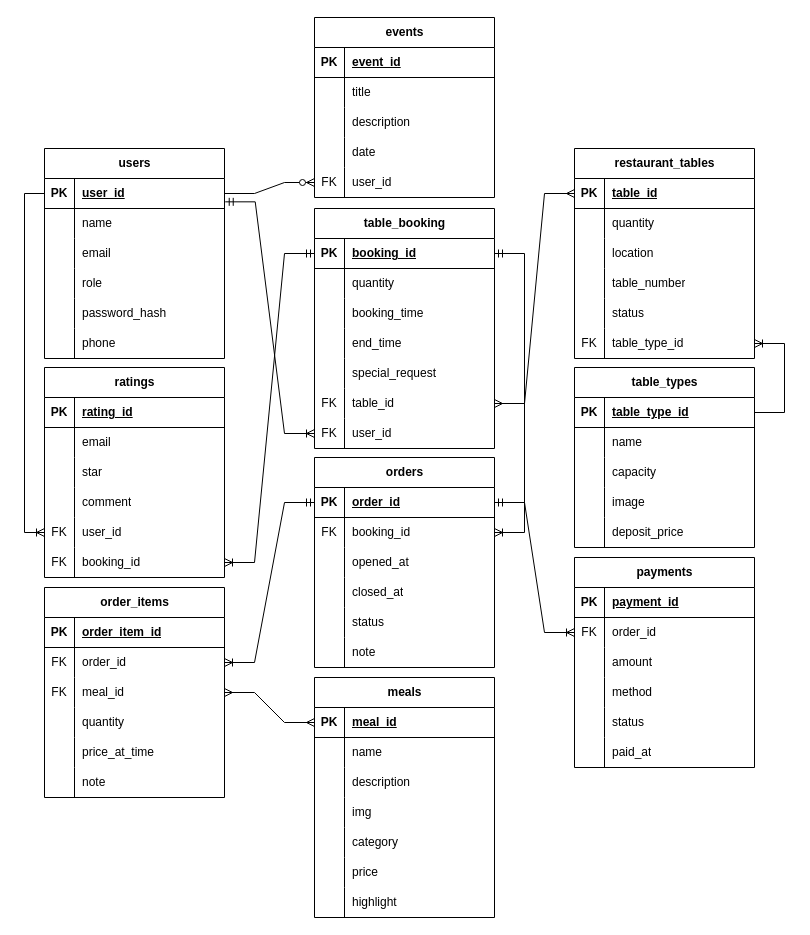
Before: TokyoBites_ERD.drawio in hoangcuong281/Restaurant-Management-Website, a draw.io diagram. Source tidied: cells renumbered, new cells numbered last; positions are measured from the earlier drawing's top-left corner, leaving out a move shared by most shapes. Both pictures are drawn from the tidied source at 100%, with x=0, y=0 at pixel (24, 17).
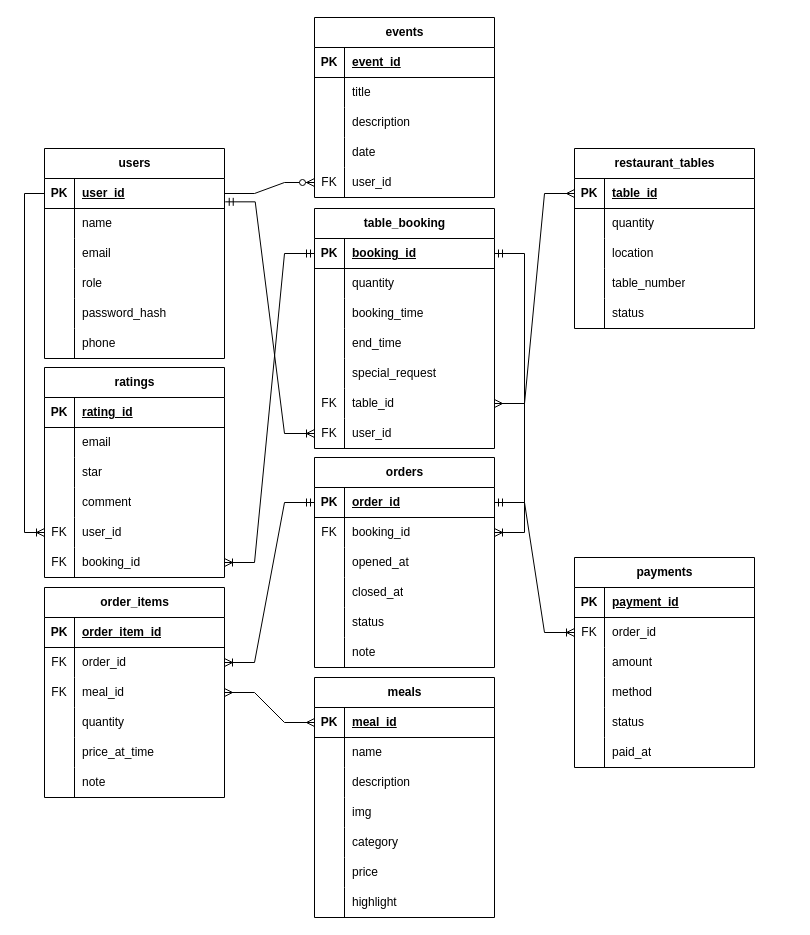
After the change.

Commit message:
(feat): remove table type table

Diff of the diagram source:
```diff
@@
-    <mxCell id="44" value="table_types" style="shape=table;startSize=30;childLayout=tableLayout;rowLines=0;fontStyle=1;align=center;html=1;" parent="1" vertex="1">
-      <mxGeometry x="550" y="350" width="180" height="180" as="geometry" />
-    </mxCell>
-    <mxCell id="45" style="shape=tableRow;horizontal=0;startSize=0;swimlaneHead=0;swimlaneBody=0;fillColor=none;points=[[0,0.5],[1,0.5]];portConstraint=eastwest;top=0;left=0;right=0;bottom=1;" parent="44" vertex="1">
-      <mxGeometry y="30" width="180" height="30" as="geometry" />
-    </mxCell>
-    <mxCell id="46" value="PK" style="shape=partialRectangle;fillColor=none;top=0;left=0;bottom=0;right=0;fontStyle=1;overflow=hidden;whiteSpace=wrap;html=1;" parent="45" vertex="1">
-      <mxGeometry width="30" height="30" as="geometry" />
-    </mxCell>
-    <mxCell id="47" value="table_type_id" style="shape=partialRectangle;fillColor=none;top=0;left=0;bottom=0;right=0;align=left;spacingLeft=6;fontStyle=5;overflow=hidden;whiteSpace=wrap;html=1;" parent="45" vertex="1">
-      <mxGeometry x="30" width="150" height="30" as="geometry" />
-    </mxCell>
-    <mxCell id="48" style="shape=tableRow;horizontal=0;startSize=0;swimlaneHead=0;swimlaneBody=0;fillColor=none;top=0;left=0;right=0;bottom=0;" parent="44" vertex="1">
-      <mxGeometry y="60" width="180" height="30" as="geometry" />
-    </mxCell>
-    <mxCell id="49" style="shape=partialRectangle;fillColor=none;top=0;left=0;bottom=0;right=0;overflow=hidden;whiteSpace=wrap;html=1;" parent="48" vertex="1">
-      <mxGeometry width="30" height="30" as="geometry" />
-    </mxCell>
-    <mxCell id="50" value="name" style="shape=partialRectangle;fillColor=none;top=0;left=0;bottom=0;right=0;align=left;spacingLeft=6;overflow=hidden;whiteSpace=wrap;html=1;" parent="48" vertex="1">
-      <mxGeometry x="30" width="150" height="30" as="geometry" />
-    </mxCell>
-    <mxCell id="51" style="shape=tableRow;horizontal=0;startSize=0;swimlaneHead=0;swimlaneBody=0;fillColor=none;top=0;left=0;right=0;bottom=0;" parent="44" vertex="1">
-      <mxGeometry y="90" width="180" height="30" as="geometry" />
-    </mxCell>
-    <mxCell id="52" style="shape=partialRectangle;fillColor=none;top=0;left=0;bottom=0;right=0;overflow=hidden;whiteSpace=wrap;html=1;" parent="51" vertex="1">
-      <mxGeometry width="30" height="30" as="geometry" />
-    </mxCell>
-    <mxCell id="53" value="capacity" style="shape=partialRectangle;fillColor=none;top=0;left=0;bottom=0;right=0;align=left;spacingLeft=6;overflow=hidden;whiteSpace=wrap;html=1;" parent="51" vertex="1">
-      <mxGeometry x="30" width="150" height="30" as="geometry" />
-    </mxCell>
-    <mxCell id="54" style="shape=tableRow;horizontal=0;startSize=0;swimlaneHead=0;swimlaneBody=0;fillColor=none;top=0;left=0;right=0;bottom=0;" parent="44" vertex="1">
-      <mxGeometry y="120" width="180" height="30" as="geometry" />
-    </mxCell>
-    <mxCell id="55" style="shape=partialRectangle;fillColor=none;top=0;left=0;bottom=0;right=0;overflow=hidden;whiteSpace=wrap;html=1;" parent="54" vertex="1">
-      <mxGeometry width="30" height="30" as="geometry" />
-    </mxCell>
-    <mxCell id="56" value="image" style="shape=partialRectangle;fillColor=none;top=0;left=0;bottom=0;right=0;align=left;spacingLeft=6;overflow=hidden;whiteSpace=wrap;html=1;" parent="54" vertex="1">
-      <mxGeometry x="30" width="150" height="30" as="geometry" />
-    </mxCell>
-    <mxCell id="57" style="shape=tableRow;horizontal=0;startSize=0;swimlaneHead=0;swimlaneBody=0;fillColor=none;top=0;left=0;right=0;bottom=0;" parent="44" vertex="1">
-      <mxGeometry y="150" width="180" height="30" as="geometry" />
-    </mxCell>
-    <mxCell id="58" style="shape=partialRectangle;fillColor=none;top=0;left=0;bottom=0;right=0;overflow=hidden;whiteSpace=wrap;html=1;" parent="57" vertex="1">
-      <mxGeometry width="30" height="30" as="geometry" />
-    </mxCell>
-    <mxCell id="59" value="deposit_price" style="shape=partialRectangle;fillColor=none;top=0;left=0;bottom=0;right=0;align=left;spacingLeft=6;overflow=hidden;whiteSpace=wrap;html=1;" parent="57" vertex="1">
-      <mxGeometry x="30" width="150" height="30" as="geometry" />
-    </mxCell>
-    <mxCell id="60" style="edgeStyle=entityRelationEdgeStyle;fontSize=12;html=1;endArrow=ERoneToMany;rounded=0;" parent="1" edge="1" source="45" target="135">
-      <mxGeometry relative="1" as="geometry" />
-    </mxCell>
@@
     <mxCell id="119" value="restaurant_tables" style="shape=table;startSize=30;childLayout=tableLayout;rowLines=0;fontStyle=1;align=center;html=1;" parent="1" vertex="1">
-      <mxGeometry x="550" y="131" width="180" height="210" as="geometry" />
+      <mxGeometry x="550" y="131" width="180" height="180" as="geometry" />
     </mxCell>
@@
-    <mxCell id="135" style="shape=tableRow;horizontal=0;startSize=0;swimlaneHead=0;swimlaneBody=0;fillColor=none;points=[[0,0.5],[1,0.5]];portConstraint=eastwest;top=0;left=0;right=0;bottom=0;" parent="119" vertex="1">
-      <mxGeometry y="180" width="180" height="30" as="geometry" />
-    </mxCell>
-    <mxCell id="136" value="FK" style="shape=partialRectangle;fillColor=none;top=0;left=0;bottom=0;right=0;overflow=hidden;whiteSpace=wrap;html=1;" parent="135" vertex="1">
-      <mxGeometry width="30" height="30" as="geometry" />
-    </mxCell>
-    <mxCell id="137" value="table_type_id" style="shape=partialRectangle;fillColor=none;top=0;left=0;bottom=0;right=0;align=left;spacingLeft=6;overflow=hidden;whiteSpace=wrap;html=1;" parent="135" vertex="1">
-      <mxGeometry x="30" width="150" height="30" as="geometry" />
-    </mxCell>
```
